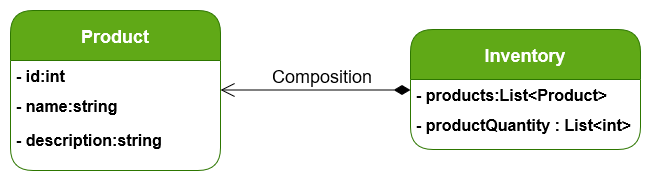
Earlier version of the draw.io export UML-Diagram.png (Lcv004/Ice-and-Fire-Restaurant). Source tidied: cells renumbered, new cells last; positions are measured from the earlier drawing's top-left corner, leaving out a move shared by most shapes.
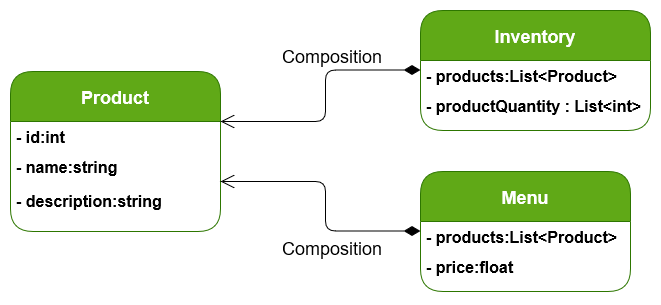
The same diagram one commit later.

Commit message:
Feat: Add menu entity

Diff of the diagram source:
```diff
@@ -3,7 +3,7 @@
     <mxCell id="0" />
     <mxCell id="1" parent="0" />
     <mxCell id="2" value="Product" style="swimlane;fontStyle=1;horizontal=1;startSize=50;fontSize=18;fillColor=#60a917;strokeColor=#2D7600;fontColor=#ffffff;swimlaneFillColor=#ffffff;rounded=1;swimlaneLine=1;glass=0;shadow=0;sketch=0;" parent="1" vertex="1">
-      <mxGeometry width="210" height="160" as="geometry" />
+      <mxGeometry x="-10" y="80" width="210" height="160" as="geometry" />
     </mxCell>
     <mxCell id="3" value="- id:int" style="text;strokeColor=none;fillColor=none;align=left;verticalAlign=top;spacingLeft=4;spacingRight=4;overflow=hidden;fontStyle=1;fontSize=16;" parent="2" vertex="1">
       <mxGeometry y="50" width="210" height="30" as="geometry" />
@@ -24,14 +24,36 @@
       <mxGeometry y="80" width="230" height="40" as="geometry" />
     </mxCell>
     <mxCell id="9" value="Composition" style="endArrow=open;html=1;endSize=12;startArrow=diamondThin;startSize=14;startFill=1;edgeStyle=orthogonalEdgeStyle;align=left;verticalAlign=bottom;fontSize=18;" parent="1" edge="1">
-      <mxGeometry x="0.47" relative="1" as="geometry">
-        <mxPoint x="400" y="79.5" as="sourcePoint" />
-        <mxPoint x="210" y="79.5" as="targetPoint" />
+      <mxGeometry x="-0.24" y="-45" relative="1" as="geometry">
+        <mxPoint x="400" y="78.5" as="sourcePoint" />
+        <mxPoint x="200" y="130" as="targetPoint" />
         <Array as="points">
-          <mxPoint x="350" y="79.5" />
-          <mxPoint x="350" y="79.5" />
+          <mxPoint x="305" y="79" />
+          <mxPoint x="305" y="130" />
+          <mxPoint x="210" y="130" />
         </Array>
       </mxGeometry>
     </mxCell>
+    <mxCell id="10" value="Menu" style="swimlane;fontStyle=1;horizontal=1;startSize=50;fontSize=18;fillColor=#60a917;strokeColor=#2D7600;fontColor=#ffffff;swimlaneFillColor=#ffffff;rounded=1;swimlaneLine=1;glass=0;shadow=0;sketch=0;" parent="1" vertex="1">
+      <mxGeometry x="400" y="180" width="210" height="120" as="geometry" />
+    </mxCell>
+    <mxCell id="11" value="- products:List&lt;Product&gt;" style="text;strokeColor=none;fillColor=none;align=left;verticalAlign=top;spacingLeft=4;spacingRight=4;overflow=hidden;fontStyle=1;fontSize=16;" parent="10" vertex="1">
+      <mxGeometry y="50" width="210" height="30" as="geometry" />
+    </mxCell>
+    <mxCell id="12" value="- price:float" style="text;align=left;verticalAlign=top;spacingLeft=4;spacingRight=4;overflow=hidden;fontStyle=1;fontSize=16;" parent="10" vertex="1">
+      <mxGeometry y="80" width="210" height="40" as="geometry" />
+    </mxCell>
+    <mxCell id="13" value="Composition" style="endArrow=open;html=1;endSize=12;startArrow=diamondThin;startSize=14;startFill=1;edgeStyle=orthogonalEdgeStyle;align=left;verticalAlign=bottom;fontSize=18;" parent="1" edge="1">
+      <mxGeometry x="-0.24" y="54" relative="1" as="geometry">
+        <mxPoint x="400" y="239.5" as="sourcePoint" />
+        <mxPoint x="200" y="190" as="targetPoint" />
+        <Array as="points">
+          <mxPoint x="305" y="240" />
+          <mxPoint x="305" y="190" />
+          <mxPoint x="210" y="190" />
+        </Array>
+        <mxPoint x="9" y="31" as="offset" />
+      </mxGeometry>
+    </mxCell>
   </root>
 </mxGraphModel>
```
